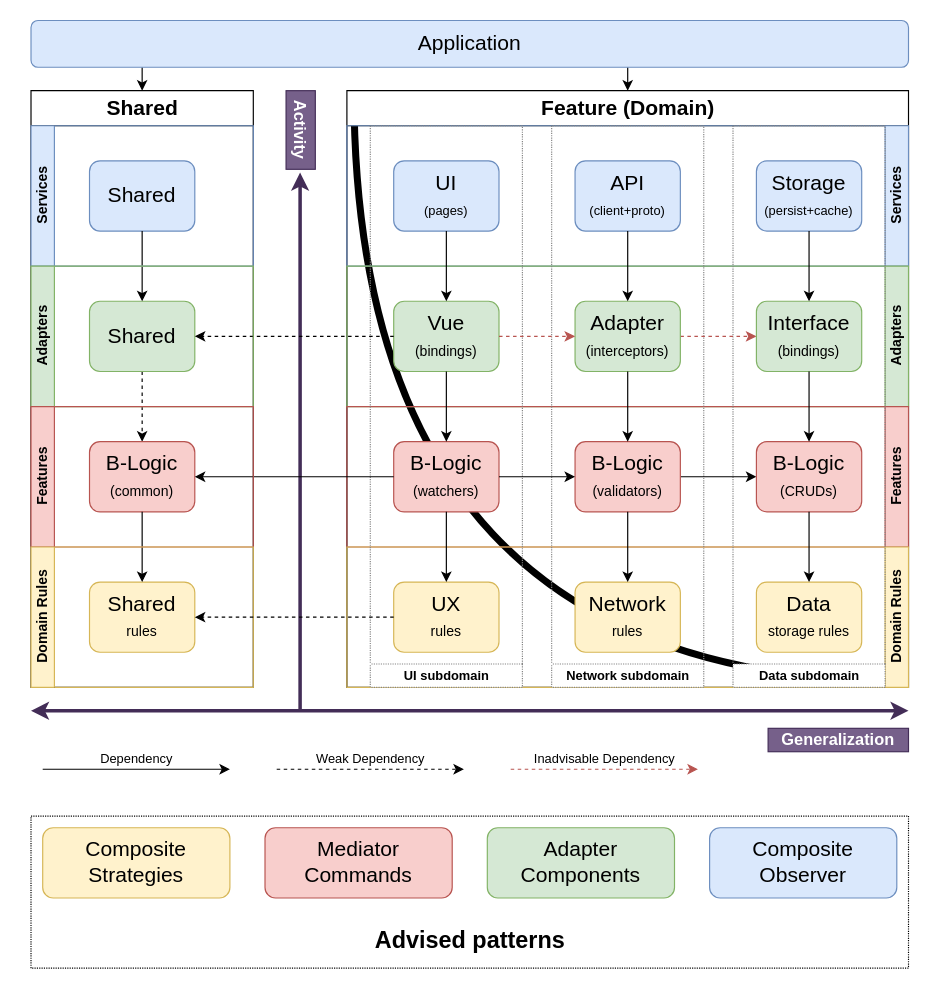
Earlier version of the draw.io diagram page "Layers" (2 of 3) of ELDA.drawio (E-L-D-A/ELDA). Source tidied: cells renumbered, new cells numbered last; positions are measured from the earlier drawing's top-left corner, leaving out a move shared by most shapes. Both pictures are drawn from the tidied source at 117%, with x=0, y=0 at pixel (30, 20).
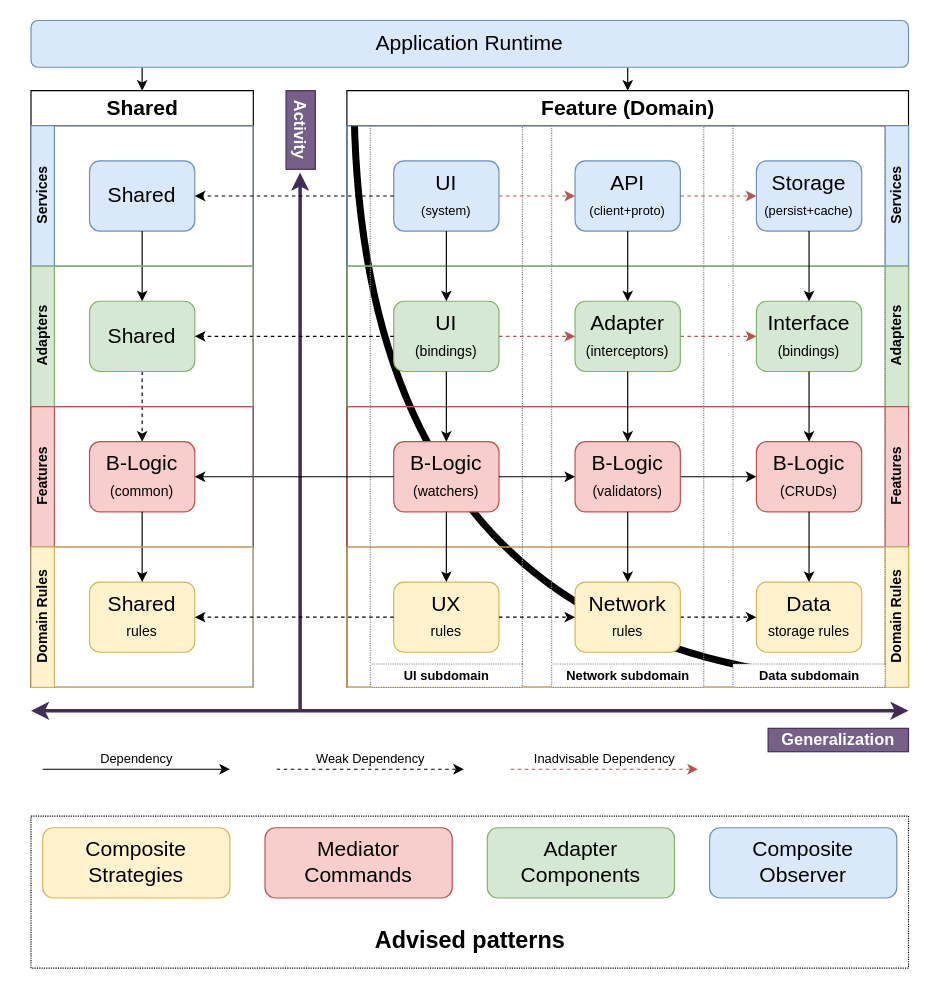
After the change.

The change refers to these unchanged cells:
```xml
<mxCell id="5" value="Services" style="swimlane;html=1;startSize=20;horizontal=0;fillColor=#dae8fc;strokeColor=#6c8ebf;direction=west;" parent="4" vertex="1">
  <mxGeometry y="30" width="480" height="120" as="geometry" />
</mxCell>
<mxCell id="7" value="Adapters" style="swimlane;html=1;startSize=20;horizontal=0;fillColor=#d5e8d4;strokeColor=#82b366;direction=west;" parent="4" vertex="1">
  <mxGeometry y="150" width="480" height="120" as="geometry" />
</mxCell>
<mxCell id="24" value="UX&lt;br&gt;&lt;font style=&quot;font-size: 12px&quot;&gt;rules&lt;/font&gt;" style="rounded=1;whiteSpace=wrap;html=1;fontSize=18;align=center;fillColor=#fff2cc;strokeColor=#d6b656;" parent="11" vertex="1">
  <mxGeometry x="40" y="30" width="90" height="60" as="geometry" />
</mxCell>
<mxCell id="28" value="API&lt;br&gt;&lt;font style=&quot;font-size: 11px&quot;&gt;(client+proto)&lt;/font&gt;" style="rounded=1;whiteSpace=wrap;html=1;fontSize=18;align=center;fillColor=#dae8fc;strokeColor=#6c8ebf;" parent="1" vertex="1">
  <mxGeometry x="465" y="120" width="90" height="60" as="geometry" />
</mxCell>
<mxCell id="33" value="Network&lt;br&gt;&lt;font style=&quot;font-size: 12px&quot;&gt;rules&lt;/font&gt;" style="rounded=1;whiteSpace=wrap;html=1;fontSize=18;align=center;fillColor=#fff2cc;strokeColor=#d6b656;" parent="1" vertex="1">
  <mxGeometry x="465" y="480" width="90" height="60" as="geometry" />
</mxCell>
<mxCell id="37" value="Storage&lt;br&gt;&lt;font style=&quot;font-size: 11px&quot;&gt;(persist+cache)&lt;/font&gt;" style="rounded=1;whiteSpace=wrap;html=1;fontSize=18;align=center;fillColor=#dae8fc;strokeColor=#6c8ebf;" parent="1" vertex="1">
  <mxGeometry x="620" y="120" width="90" height="60" as="geometry" />
</mxCell>
<mxCell id="40" value="Data&lt;br&gt;&lt;font style=&quot;font-size: 12px&quot;&gt;storage rules&lt;/font&gt;" style="rounded=1;whiteSpace=wrap;html=1;fontSize=18;align=center;fillColor=#fff2cc;strokeColor=#d6b656;" parent="1" vertex="1">
  <mxGeometry x="620" y="480" width="90" height="60" as="geometry" />
</mxCell>
<mxCell id="49" value="Shared" style="rounded=1;whiteSpace=wrap;html=1;fontSize=18;align=center;fillColor=#dae8fc;strokeColor=#6c8ebf;" parent="1" vertex="1">
  <mxGeometry x="50" y="120" width="90" height="60" as="geometry" />
</mxCell>
```

Change to the diagram source:
```diff
@@
-    <mxCell id="6" value="UI&lt;br&gt;&lt;font style=&quot;font-size: 11px&quot;&gt;(pages)&lt;/font&gt;" style="rounded=1;whiteSpace=wrap;html=1;fontSize=18;align=center;fillColor=#dae8fc;strokeColor=#6c8ebf;" parent="5" vertex="1">
+    <mxCell id="6" value="UI&lt;br&gt;&lt;font style=&quot;font-size: 11px&quot;&gt;(system)&lt;/font&gt;" style="rounded=1;whiteSpace=wrap;html=1;fontSize=18;align=center;fillColor=#dae8fc;strokeColor=#6c8ebf;" parent="5" vertex="1">
       <mxGeometry x="40" y="30" width="90" height="60" as="geometry" />
     </mxCell>
@@
-    <mxCell id="8" value="Vue&lt;br&gt;&lt;font style=&quot;font-size: 12px&quot;&gt;(bindings)&lt;/font&gt;" style="rounded=1;whiteSpace=wrap;html=1;fontSize=18;align=center;fillColor=#d5e8d4;strokeColor=#82b366;" parent="7" vertex="1">
+    <mxCell id="8" value="UI&lt;br&gt;&lt;font style=&quot;font-size: 12px&quot;&gt;(bindings)&lt;/font&gt;" style="rounded=1;whiteSpace=wrap;html=1;fontSize=18;align=center;fillColor=#d5e8d4;strokeColor=#82b366;" parent="7" vertex="1">
       <mxGeometry x="40" y="30" width="90" height="60" as="geometry" />
     </mxCell>
@@
+    <mxCell id="80" style="edgeStyle=orthogonalEdgeStyle;rounded=0;jettySize=auto;html=1;dashed=1;" parent="1" edge="1" source="33" target="40">
+      <mxGeometry relative="1" as="geometry" />
+    </mxCell>
@@
-    <mxCell id="73" value="Application" style="rounded=1;whiteSpace=wrap;html=1;fontSize=18;align=center;fillColor=#dae8fc;strokeColor=#6c8ebf;" parent="1" vertex="1">
+    <mxCell id="73" value="Application Runtime" style="rounded=1;whiteSpace=wrap;html=1;fontSize=18;align=center;fillColor=#dae8fc;strokeColor=#6c8ebf;" parent="1" vertex="1">
       <mxGeometry width="750" height="40" as="geometry" />
     </mxCell>
@@
+    <mxCell id="81" style="edgeStyle=orthogonalEdgeStyle;rounded=0;jettySize=auto;html=1;dashed=1;startArrow=none;startFill=0;fontSize=15;fillColor=#f8cecc;strokeColor=#b85450;" parent="1" edge="1" source="6" target="28">
+      <mxGeometry relative="1" as="geometry" />
+    </mxCell>
+    <mxCell id="82" style="edgeStyle=orthogonalEdgeStyle;rounded=0;jettySize=auto;html=1;dashed=1;startArrow=none;startFill=0;fontSize=15;fillColor=#f8cecc;strokeColor=#b85450;" parent="1" edge="1" source="28" target="37">
+      <mxGeometry relative="1" as="geometry" />
+    </mxCell>
+    <mxCell id="83" style="edgeStyle=orthogonalEdgeStyle;rounded=0;jettySize=auto;html=1;dashed=1;" parent="1" edge="1" source="6" target="49">
+      <mxGeometry relative="1" as="geometry" />
+    </mxCell>
+    <mxCell id="84" style="edgeStyle=orthogonalEdgeStyle;rounded=0;jettySize=auto;html=1;dashed=1;" parent="1" edge="1" source="24" target="33">
+      <mxGeometry relative="1" as="geometry" />
+    </mxCell>
```
